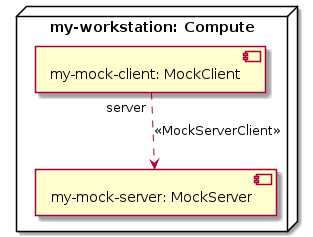
xlab-si/xopera-examples keeps this PlantUML diagram as diagrams/misc-server-client-service-uml2-deployment-diagram.png. Above is the earlier version.
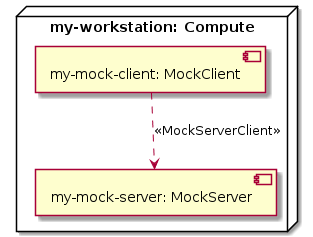
The same diagram one commit later.

Change to the diagram source:
```diff
@@ -5,5 +5,5 @@
 component "my-mock-server: MockServer" as node_my_mock_server
 component "my-mock-client: MockClient" as node_my_mock_client
 }
-node_my_mock_client "server" ..> node_my_mock_server : <<MockServerClient>>
+node_my_mock_client ..> node_my_mock_server : <<MockServerClient>>
 @enduml
```
